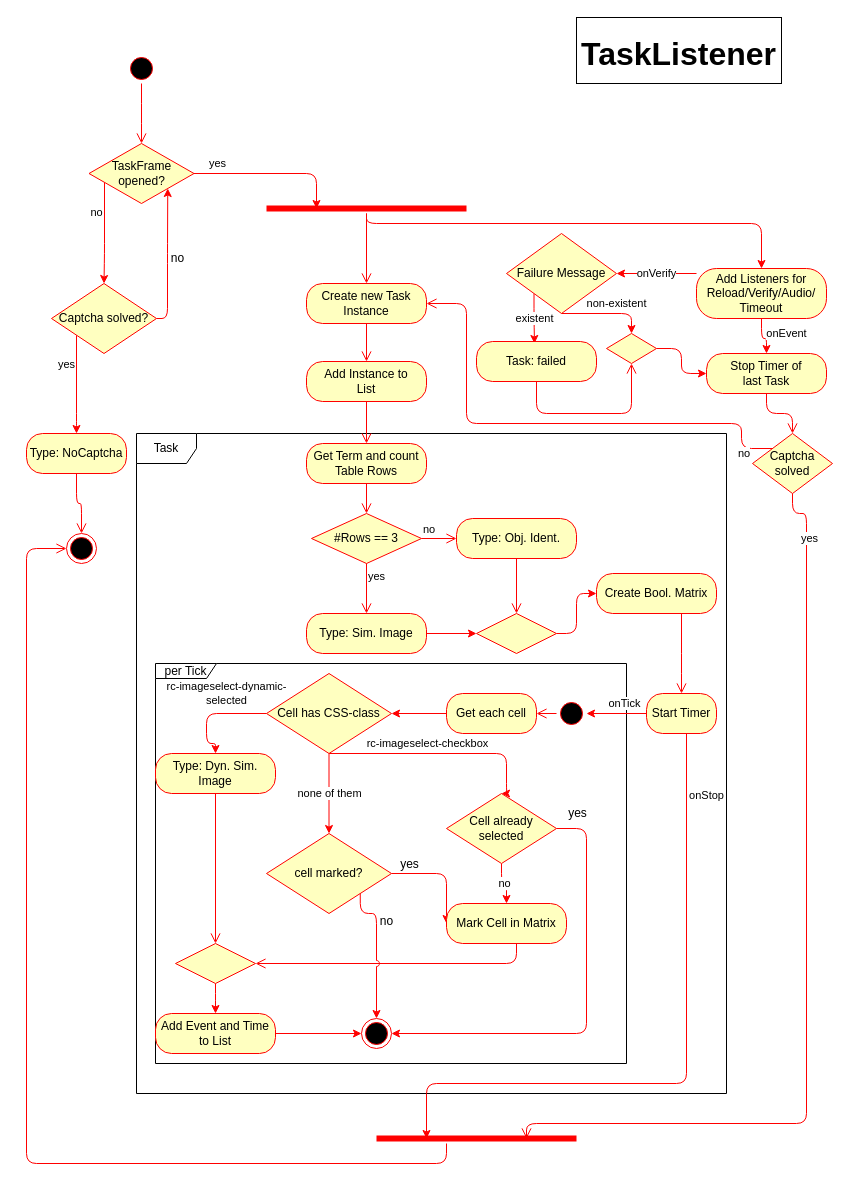
The draw.io diagram ext/Task.drawio in lustigo/refingerprint, before the edit. Source tidied: cells renumbered, new cells numbered last; positions are measured from the earlier drawing's top-left corner, leaving out a move shared by most shapes. Both pictures are drawn from the tidied source at 100%, with x=0, y=0 at pixel (26, 17).
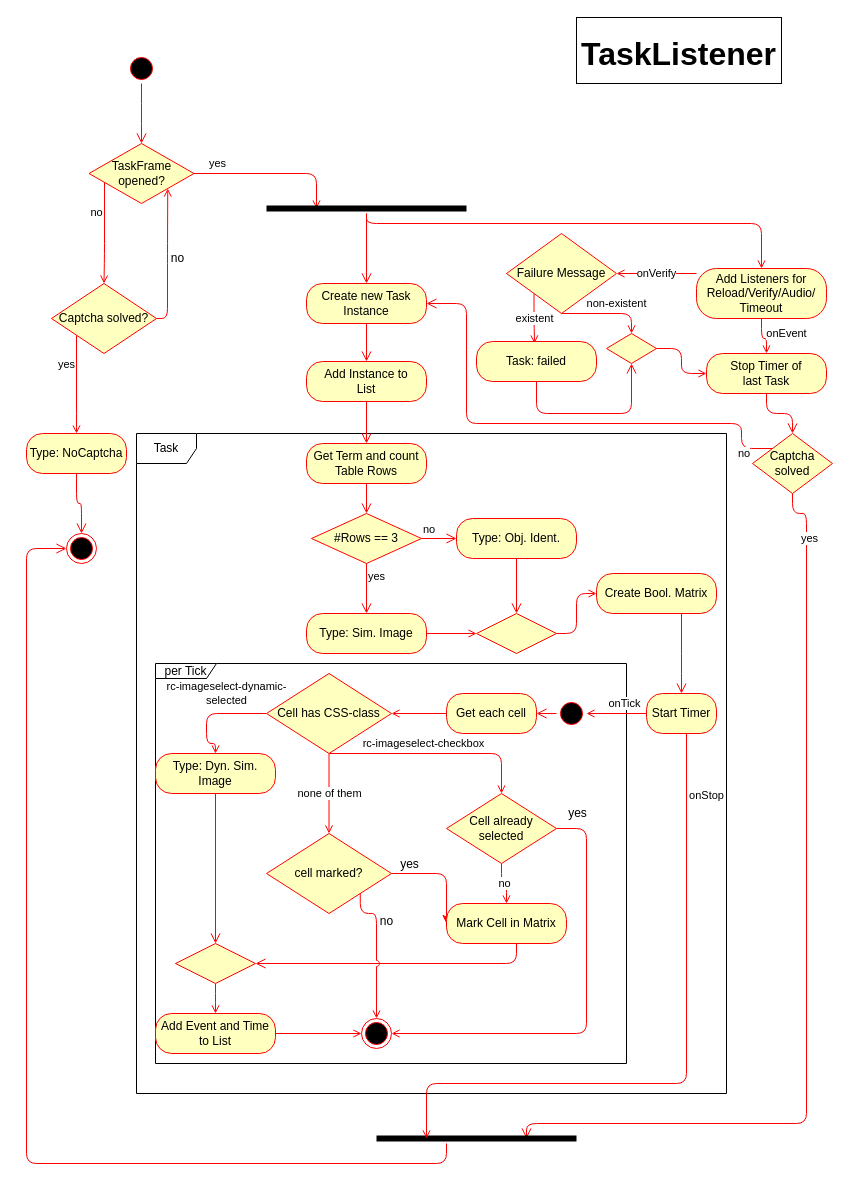
Above is the later version.

Commit message:
fix: ext Task Diagramm

Unchanged cells that the change refers to:
```xml
<mxCell id="8" value="TaskFrame&lt;br&gt;opened?" style="rhombus;whiteSpace=wrap;html=1;fillColor=#ffffc0;strokeColor=#ff0000;" parent="1" vertex="1">
  <mxGeometry x="62.5" y="126" width="105" height="60" as="geometry" />
</mxCell>
<mxCell id="11" value="Captcha solved?" style="rhombus;whiteSpace=wrap;html=1;fillColor=#ffffc0;strokeColor=#ff0000;" parent="1" vertex="1">
  <mxGeometry x="25" y="266" width="105" height="70" as="geometry" />
</mxCell>
<mxCell id="12" value="Type: NoCaptcha" style="rounded=1;whiteSpace=wrap;html=1;arcSize=40;fontColor=#000000;fillColor=#ffffc0;strokeColor=#ff0000;" parent="1" vertex="1">
  <mxGeometry y="416" width="100" height="40" as="geometry" />
</mxCell>
<mxCell id="15" value="Create new Task&lt;br&gt;Instance" style="rounded=1;whiteSpace=wrap;html=1;arcSize=40;fontColor=#000000;fillColor=#ffffc0;strokeColor=#ff0000;" parent="1" vertex="1">
  <mxGeometry x="280" y="266" width="120" height="40" as="geometry" />
</mxCell>
<mxCell id="24" value="Add Listeners for&lt;br&gt;Reload/Verify/Audio/&lt;br&gt;Timeout" style="rounded=1;whiteSpace=wrap;html=1;arcSize=40;fontColor=#000000;fillColor=#ffffc0;strokeColor=#ff0000;" parent="1" vertex="1">
  <mxGeometry x="670" y="251" width="130" height="50" as="geometry" />
</mxCell>
<mxCell id="25" value="Stop Timer of&lt;br&gt;last Task" style="rounded=1;whiteSpace=wrap;html=1;arcSize=40;fontColor=#000000;fillColor=#ffffc0;strokeColor=#ff0000;" parent="1" vertex="1">
  <mxGeometry x="680" y="336" width="120" height="40" as="geometry" />
</mxCell>
<mxCell id="40" value="Type: Sim. Image" style="rounded=1;whiteSpace=wrap;html=1;arcSize=40;fontColor=#000000;fillColor=#ffffc0;strokeColor=#ff0000;" parent="1" vertex="1">
  <mxGeometry x="280" y="596" width="120" height="40" as="geometry" />
</mxCell>
<mxCell id="42" style="rhombus;whiteSpace=wrap;html=1;fillColor=#ffffc0;strokeColor=#ff0000;" parent="1" vertex="1">
  <mxGeometry x="450" y="596" width="80" height="40" as="geometry" />
</mxCell>
<mxCell id="45" value="Start Timer" style="rounded=1;whiteSpace=wrap;html=1;arcSize=40;fontColor=#000000;fillColor=#ffffc0;strokeColor=#ff0000;" parent="1" vertex="1">
  <mxGeometry x="620" y="676" width="70" height="40" as="geometry" />
</mxCell>
<mxCell id="47" value="Get each cell" style="rounded=1;whiteSpace=wrap;html=1;arcSize=40;fontColor=#000000;fillColor=#ffffc0;strokeColor=#ff0000;" parent="1" vertex="1">
  <mxGeometry x="420" y="676" width="90" height="40" as="geometry" />
</mxCell>
<mxCell id="50" value="Failure Message" style="rhombus;whiteSpace=wrap;html=1;fillColor=#ffffc0;strokeColor=#ff0000;" parent="1" vertex="1">
  <mxGeometry x="480" y="216" width="110" height="80" as="geometry" />
</mxCell>
<mxCell id="54" style="rhombus;whiteSpace=wrap;html=1;fillColor=#ffffc0;strokeColor=#ff0000;" parent="1" vertex="1">
  <mxGeometry x="580" y="316" width="50" height="30" as="geometry" />
</mxCell>
<mxCell id="58" value="Cell has CSS-class" style="rhombus;whiteSpace=wrap;html=1;fillColor=#ffffc0;strokeColor=#ff0000;" parent="1" vertex="1">
  <mxGeometry x="240" y="656" width="125" height="80" as="geometry" />
</mxCell>
<mxCell id="61" value="cell marked?" style="rhombus;whiteSpace=wrap;html=1;fillColor=#ffffc0;strokeColor=#ff0000;" parent="1" vertex="1">
  <mxGeometry x="240" y="816" width="125" height="80" as="geometry" />
</mxCell>
<mxCell id="65" value="Cell already selected" style="rhombus;whiteSpace=wrap;html=1;fillColor=#ffffc0;strokeColor=#ff0000;" parent="1" vertex="1">
  <mxGeometry x="420" y="776" width="110" height="70" as="geometry" />
</mxCell>
<mxCell id="66" value="Type: Dyn. Sim. Image" style="rounded=1;whiteSpace=wrap;html=1;arcSize=40;fontColor=#000000;fillColor=#ffffc0;strokeColor=#ff0000;" parent="1" vertex="1">
  <mxGeometry x="129" y="736" width="120" height="40" as="geometry" />
</mxCell>
<mxCell id="68" value="Mark Cell in Matrix" style="rounded=1;whiteSpace=wrap;html=1;arcSize=40;fontColor=#000000;fillColor=#ffffc0;strokeColor=#ff0000;" parent="1" vertex="1">
  <mxGeometry x="420" y="886" width="120" height="40" as="geometry" />
</mxCell>
<mxCell id="71" value="Add Event and Time&lt;br&gt;to List" style="rounded=1;whiteSpace=wrap;html=1;arcSize=40;fontColor=#000000;fillColor=#ffffc0;strokeColor=#ff0000;" parent="1" vertex="1">
  <mxGeometry x="129" y="996" width="120" height="40" as="geometry" />
</mxCell>
<mxCell id="73" style="rhombus;whiteSpace=wrap;html=1;fillColor=#ffffc0;strokeColor=#ff0000;" parent="1" vertex="1">
  <mxGeometry x="149" y="926" width="80" height="40" as="geometry" />
</mxCell>
<mxCell id="74" value="Create Bool. Matrix" style="rounded=1;whiteSpace=wrap;html=1;arcSize=40;fontColor=#000000;fillColor=#ffffc0;strokeColor=#ff0000;" parent="1" vertex="1">
  <mxGeometry x="570" y="556" width="120" height="40" as="geometry" />
</mxCell>
<mxCell id="76" style="ellipse;html=1;shape=startState;fillColor=#000000;strokeColor=#ff0000;" parent="1" vertex="1">
  <mxGeometry x="530" y="681" width="30" height="30" as="geometry" />
</mxCell>
<mxCell id="78" style="ellipse;html=1;shape=endState;fillColor=#000000;strokeColor=#ff0000;" parent="1" vertex="1">
  <mxGeometry x="335" y="1001" width="30" height="30" as="geometry" />
</mxCell>
```

Change to the diagram source:
```diff
@@
-    <mxCell id="6" value="yes" style="edgeStyle=orthogonalEdgeStyle;rounded=1;jettySize=auto;html=1;strokeColor=#FF0000;entryX=0.25;entryY=0.5;entryDx=0;entryDy=0;entryPerimeter=0;" parent="1" edge="1" source="8" target="20">
+    <mxCell id="6" value="yes" style="edgeStyle=orthogonalEdgeStyle;rounded=1;jettySize=auto;html=1;strokeColor=#FF0000;entryX=0.25;entryY=0.5;entryDx=0;entryDy=0;entryPerimeter=0;endArrow=open;endFill=0;" parent="1" edge="1" source="8" target="20">
       <mxGeometry x="-0.71" y="10" relative="1" as="geometry">
         <Array as="points">
           <mxPoint x="290" y="156" />
         </Array>
       </mxGeometry>
     </mxCell>
-    <mxCell id="7" value="no" style="edgeStyle=orthogonalEdgeStyle;rounded=1;jettySize=auto;html=1;strokeColor=#FF0000;entryX=0.5;entryY=0;entryDx=0;entryDy=0;" parent="1" edge="1" source="8" target="11">
+    <mxCell id="7" value="no" style="edgeStyle=orthogonalEdgeStyle;rounded=1;jettySize=auto;html=1;strokeColor=#FF0000;entryX=0.5;entryY=0;entryDx=0;entryDy=0;endArrow=open;endFill=0;" parent="1" edge="1" source="8" target="11">
       <mxGeometry x="0.41" y="-41" relative="1" as="geometry">
         <Array as="points">
           <mxPoint x="78" y="236" />
           <mxPoint x="78" y="236" />
         </Array>
         <mxPoint x="33" y="-40" as="offset" />
       </mxGeometry>
     </mxCell>
@@
-    <mxCell id="9" value="yes" style="edgeStyle=orthogonalEdgeStyle;rounded=1;jettySize=auto;html=1;strokeColor=#FF0000;entryX=0.5;entryY=0;entryDx=0;entryDy=0;" parent="1" edge="1" source="11" target="12">
+    <mxCell id="9" value="yes" style="edgeStyle=orthogonalEdgeStyle;rounded=1;jettySize=auto;html=1;strokeColor=#FF0000;entryX=0.5;entryY=0;entryDx=0;entryDy=0;endArrow=open;endFill=0;" parent="1" edge="1" source="11" target="12">
       <mxGeometry x="-0.42" y="-10" relative="1" as="geometry">
         <Array as="points">
           <mxPoint x="50" y="406" />
           <mxPoint x="50" y="406" />
         </Array>
       </mxGeometry>
     </mxCell>
-    <mxCell id="10" value="&lt;font style=&quot;font-size: 12px&quot;&gt;no&lt;/font&gt;" style="edgeStyle=orthogonalEdgeStyle;rounded=1;jettySize=auto;html=1;strokeColor=#FF0000;entryX=1;entryY=1;entryDx=0;entryDy=0;" parent="1" edge="1" source="11" target="8">
+    <mxCell id="10" value="&lt;font style=&quot;font-size: 12px&quot;&gt;no&lt;/font&gt;" style="edgeStyle=orthogonalEdgeStyle;rounded=1;jettySize=auto;html=1;strokeColor=#FF0000;entryX=1;entryY=1;entryDx=0;entryDy=0;endArrow=open;endFill=0;" parent="1" edge="1" source="11" target="8">
       <mxGeometry y="-10" relative="1" as="geometry">
         <Array as="points">
           <mxPoint x="141" y="236" />
           <mxPoint x="141" y="236" />
         </Array>
       </mxGeometry>
     </mxCell>
@@
-    <mxCell id="19" style="edgeStyle=orthogonalEdgeStyle;rounded=1;jettySize=auto;html=1;strokeColor=#FF0000;entryX=0.5;entryY=0;entryDx=0;entryDy=0;" parent="1" edge="1" source="20" target="24">
+    <mxCell id="19" style="edgeStyle=orthogonalEdgeStyle;rounded=1;jettySize=auto;html=1;strokeColor=#FF0000;entryX=0.5;entryY=0;entryDx=0;entryDy=0;endArrow=open;endFill=0;" parent="1" edge="1" source="20" target="24">
       <mxGeometry relative="1" as="geometry">
         <Array as="points">
           <mxPoint x="340" y="206" />
           <mxPoint x="735" y="206" />
         </Array>
       </mxGeometry>
     </mxCell>
-    <mxCell id="20" style="shape=line;html=1;strokeWidth=6;strokeColor=#ff0000;" parent="1" vertex="1">
+    <mxCell id="20" style="shape=line;html=1;strokeWidth=6;strokeColor=#000000;" parent="1" vertex="1">
       <mxGeometry x="240" y="186" width="200" height="10" as="geometry" />
     </mxCell>
-    <mxCell id="21" style="edgeStyle=orthogonalEdgeStyle;html=1;verticalAlign=bottom;endArrow=open;endSize=8;strokeColor=#ff0000;entryX=0.5;entryY=0;entryDx=0;entryDy=0;" parent="1" edge="1" source="20" target="15">
+    <mxCell id="21" style="edgeStyle=orthogonalEdgeStyle;html=1;verticalAlign=bottom;endArrow=open;endSize=8;strokeColor=#ff0000;entryX=0.5;entryY=0;entryDx=0;entryDy=0;endFill=0;" parent="1" edge="1" source="20" target="15">
       <mxGeometry relative="1" as="geometry">
         <Array as="points">
           <mxPoint x="340" y="266" />
         </Array>
       </mxGeometry>
     </mxCell>
-    <mxCell id="22" value="onVerify" style="edgeStyle=orthogonalEdgeStyle;rounded=1;orthogonalLoop=1;jettySize=auto;html=1;strokeColor=#FF0000;" parent="1" edge="1">
+    <mxCell id="22" value="onVerify" style="edgeStyle=orthogonalEdgeStyle;rounded=1;orthogonalLoop=1;jettySize=auto;html=1;strokeColor=#FF0000;endArrow=open;endFill=0;" parent="1" edge="1">
       <mxGeometry relative="1" as="geometry">
         <mxPoint x="670" y="256" as="sourcePoint" />
         <mxPoint x="590" y="256" as="targetPoint" />
       </mxGeometry>
     </mxCell>
-    <mxCell id="23" value="onEvent" style="edgeStyle=orthogonalEdgeStyle;rounded=1;jettySize=auto;html=1;strokeColor=#FF0000;entryX=0.5;entryY=0;entryDx=0;entryDy=0;" parent="1" edge="1" source="24" target="25">
+    <mxCell id="23" value="onEvent" style="edgeStyle=orthogonalEdgeStyle;rounded=1;jettySize=auto;html=1;strokeColor=#FF0000;entryX=0.5;entryY=0;entryDx=0;entryDy=0;endArrow=open;endFill=0;" parent="1" edge="1" source="24" target="25">
       <mxGeometry x="0.25" y="21" relative="1" as="geometry">
         <mxPoint x="-1" y="-5" as="offset" />
       </mxGeometry>
     </mxCell>
@@
-    <mxCell id="30" style="shape=line;html=1;strokeWidth=6;strokeColor=#ff0000;" parent="1" vertex="1">
+    <mxCell id="30" style="shape=line;html=1;strokeWidth=6;strokeColor=#000000;" parent="1" vertex="1">
       <mxGeometry x="350" y="1116" width="200" height="10" as="geometry" />
     </mxCell>
@@
-    <mxCell id="39" style="edgeStyle=orthogonalEdgeStyle;rounded=1;jettySize=auto;html=1;strokeColor=#FF0000;" parent="1" edge="1" source="40" target="42">
+    <mxCell id="39" style="edgeStyle=orthogonalEdgeStyle;rounded=1;jettySize=auto;html=1;strokeColor=#FF0000;endArrow=open;endFill=0;" parent="1" edge="1" source="40" target="42">
       <mxGeometry relative="1" as="geometry" />
     </mxCell>
@@
-    <mxCell id="41" style="edgeStyle=orthogonalEdgeStyle;rounded=1;jettySize=auto;html=1;strokeColor=#FF0000;entryX=0;entryY=0.5;entryDx=0;entryDy=0;" parent="1" edge="1" source="42" target="74">
+    <mxCell id="41" style="edgeStyle=orthogonalEdgeStyle;rounded=1;jettySize=auto;html=1;strokeColor=#FF0000;entryX=0;entryY=0.5;entryDx=0;entryDy=0;endArrow=open;endFill=0;" parent="1" edge="1" source="42" target="74">
       <mxGeometry relative="1" as="geometry" />
     </mxCell>
@@
-    <mxCell id="43" value="onStop" style="edgeStyle=orthogonalEdgeStyle;rounded=1;jettySize=auto;html=1;strokeColor=#FF0000;entryX=0.25;entryY=0.5;entryDx=0;entryDy=0;entryPerimeter=0;" parent="1" edge="1" source="45" target="30">
+    <mxCell id="43" value="onStop" style="edgeStyle=orthogonalEdgeStyle;rounded=1;jettySize=auto;html=1;strokeColor=#FF0000;entryX=0.25;entryY=0.5;entryDx=0;entryDy=0;entryPerimeter=0;endArrow=open;endFill=0;" parent="1" edge="1" source="45" target="30">
       <mxGeometry x="-0.81" y="20" relative="1" as="geometry">
         <Array as="points">
           <mxPoint x="660" y="1066" />
           <mxPoint x="400" y="1066" />
         </Array>
         <mxPoint y="-1" as="offset" />
       </mxGeometry>
     </mxCell>
-    <mxCell id="44" value="onTick" style="edgeStyle=orthogonalEdgeStyle;rounded=1;jettySize=auto;html=1;strokeColor=#FF0000;entryX=1;entryY=0.5;entryDx=0;entryDy=0;" parent="1" edge="1" source="45" target="76">
+    <mxCell id="44" value="onTick" style="edgeStyle=orthogonalEdgeStyle;rounded=1;jettySize=auto;html=1;strokeColor=#FF0000;entryX=1;entryY=0.5;entryDx=0;entryDy=0;endArrow=open;endFill=0;" parent="1" edge="1" source="45" target="76">
       <mxGeometry x="-0.25" y="-10" relative="1" as="geometry">
         <Array as="points">
           <mxPoint x="560" y="696" />
         </Array>
         <mxPoint x="1" as="offset" />
       </mxGeometry>
     </mxCell>
@@
-    <mxCell id="46" style="edgeStyle=orthogonalEdgeStyle;rounded=1;jettySize=auto;html=1;strokeColor=#FF0000;" parent="1" edge="1" source="47" target="58">
+    <mxCell id="46" style="edgeStyle=orthogonalEdgeStyle;rounded=1;jettySize=auto;html=1;strokeColor=#FF0000;endArrow=open;endFill=0;" parent="1" edge="1" source="47" target="58">
       <mxGeometry relative="1" as="geometry" />
     </mxCell>
@@
-    <mxCell id="48" value="existent" style="edgeStyle=orthogonalEdgeStyle;rounded=1;jettySize=auto;html=1;strokeColor=#FF0000;exitX=0;exitY=1;exitDx=0;exitDy=0;" parent="1" edge="1" source="50">
+    <mxCell id="48" value="existent" style="edgeStyle=orthogonalEdgeStyle;rounded=1;jettySize=auto;html=1;strokeColor=#FF0000;exitX=0;exitY=1;exitDx=0;exitDy=0;endArrow=open;endFill=0;" parent="1" edge="1" source="50">
       <mxGeometry relative="1" as="geometry">
         <mxPoint x="508" y="326" as="targetPoint" />
         <Array as="points">
           <mxPoint x="508" y="301" />
           <mxPoint x="508" y="301" />
         </Array>
       </mxGeometry>
     </mxCell>
-    <mxCell id="49" value="non-existent" style="edgeStyle=orthogonalEdgeStyle;rounded=1;jettySize=auto;html=1;strokeColor=#FF0000;entryX=0.5;entryY=0;entryDx=0;entryDy=0;" parent="1" edge="1" source="50" target="54">
+    <mxCell id="49" value="non-existent" style="edgeStyle=orthogonalEdgeStyle;rounded=1;jettySize=auto;html=1;strokeColor=#FF0000;entryX=0.5;entryY=0;entryDx=0;entryDy=0;endArrow=open;endFill=0;" parent="1" edge="1" source="50" target="54">
       <mxGeometry x="0.22" y="10" relative="1" as="geometry">
         <Array as="points">
           <mxPoint x="605" y="296" />
         </Array>
       </mxGeometry>
     </mxCell>
@@
-    <mxCell id="53" style="edgeStyle=orthogonalEdgeStyle;rounded=1;jettySize=auto;html=1;strokeColor=#FF0000;" parent="1" edge="1" source="54" target="25">
+    <mxCell id="53" style="edgeStyle=orthogonalEdgeStyle;rounded=1;jettySize=auto;html=1;strokeColor=#FF0000;endArrow=open;endFill=0;" parent="1" edge="1" source="54" target="25">
       <mxGeometry relative="1" as="geometry" />
     </mxCell>
@@
-    <mxCell id="55" value="rc-imageselect-checkbox" style="edgeStyle=orthogonalEdgeStyle;rounded=1;jettySize=auto;html=1;strokeColor=#FF0000;entryX=0.5;entryY=0;entryDx=0;entryDy=0;" parent="1" edge="1" source="58" target="65">
+    <mxCell id="55" value="rc-imageselect-checkbox" style="edgeStyle=orthogonalEdgeStyle;rounded=1;jettySize=auto;html=1;strokeColor=#FF0000;entryX=0.5;entryY=0;entryDx=0;entryDy=0;endArrow=open;endFill=0;" parent="1" edge="1" source="58" target="65">
       <mxGeometry x="-0.12" y="10" relative="1" as="geometry">
         <Array as="points">
-          <mxPoint x="480" y="736" />
-          <mxPoint x="480" y="776" />
+          <mxPoint x="475" y="736" />
         </Array>
       </mxGeometry>
     </mxCell>
-    <mxCell id="56" value="rc-imageselect-dynamic-&lt;br&gt;selected" style="edgeStyle=orthogonalEdgeStyle;rounded=1;jettySize=auto;html=1;strokeColor=#FF0000;entryX=0.5;entryY=0;entryDx=0;entryDy=0;" parent="1" edge="1" source="58" target="66">
+    <mxCell id="56" value="rc-imageselect-dynamic-&lt;br&gt;selected" style="edgeStyle=orthogonalEdgeStyle;rounded=1;jettySize=auto;html=1;strokeColor=#FF0000;entryX=0.5;entryY=0;entryDx=0;entryDy=0;endArrow=open;endFill=0;" parent="1" edge="1" source="58" target="66">
       <mxGeometry x="-0.27" y="-20" relative="1" as="geometry">
         <Array as="points">
           <mxPoint x="180" y="696" />
           <mxPoint x="180" y="726" />
           <mxPoint x="189" y="726" />
         </Array>
       </mxGeometry>
     </mxCell>
-    <mxCell id="57" value="none of them" style="edgeStyle=orthogonalEdgeStyle;rounded=1;jettySize=auto;html=1;strokeColor=#FF0000;" parent="1" edge="1" source="58" target="61">
+    <mxCell id="57" value="none of them" style="edgeStyle=orthogonalEdgeStyle;rounded=1;jettySize=auto;html=1;strokeColor=#FF0000;endArrow=open;endFill=0;" parent="1" edge="1" source="58" target="61">
       <mxGeometry relative="1" as="geometry" />
     </mxCell>
@@
-    <mxCell id="62" value="no" style="edgeStyle=orthogonalEdgeStyle;rounded=1;jettySize=auto;html=1;strokeColor=#FF0000;entryX=0.5;entryY=0;entryDx=0;entryDy=0;" parent="1" edge="1" source="65" target="68">
+    <mxCell id="62" value="no" style="edgeStyle=orthogonalEdgeStyle;rounded=1;jettySize=auto;html=1;strokeColor=#FF0000;entryX=0.5;entryY=0;entryDx=0;entryDy=0;endArrow=open;endFill=0;" parent="1" edge="1" source="65" target="68">
       <mxGeometry relative="1" as="geometry" />
     </mxCell>
-    <mxCell id="63" style="edgeStyle=orthogonalEdgeStyle;rounded=1;jumpStyle=arc;jettySize=auto;html=1;strokeColor=#FF0000;fontSize=12;entryX=1;entryY=0.5;entryDx=0;entryDy=0;" parent="1" edge="1" source="65" target="78">
+    <mxCell id="63" style="edgeStyle=orthogonalEdgeStyle;rounded=1;jumpStyle=arc;jettySize=auto;html=1;strokeColor=#FF0000;fontSize=12;entryX=1;entryY=0.5;entryDx=0;entryDy=0;endArrow=open;endFill=0;" parent="1" edge="1" source="65" target="78">
       <mxGeometry relative="1" as="geometry">
         <Array as="points">
           <mxPoint x="560" y="811" />
           <mxPoint x="560" y="1016" />
         </Array>
       </mxGeometry>
     </mxCell>
@@
-    <mxCell id="70" style="edgeStyle=orthogonalEdgeStyle;rounded=1;jettySize=auto;html=1;strokeColor=#FF0000;entryX=0;entryY=0.5;entryDx=0;entryDy=0;" parent="1" edge="1" source="71" target="78">
+    <mxCell id="70" style="edgeStyle=orthogonalEdgeStyle;rounded=1;jettySize=auto;html=1;strokeColor=#FF0000;entryX=0;entryY=0.5;entryDx=0;entryDy=0;endArrow=open;endFill=0;" parent="1" edge="1" source="71" target="78">
       <mxGeometry relative="1" as="geometry" />
     </mxCell>
@@
-    <mxCell id="72" style="edgeStyle=orthogonalEdgeStyle;rounded=1;jettySize=auto;html=1;strokeColor=#FF0000;entryX=0.5;entryY=0;entryDx=0;entryDy=0;" parent="1" edge="1" source="73" target="71">
+    <mxCell id="72" style="edgeStyle=orthogonalEdgeStyle;rounded=1;jettySize=auto;html=1;strokeColor=#FF0000;entryX=0.5;entryY=0;entryDx=0;entryDy=0;endArrow=open;endFill=0;" parent="1" edge="1" source="73" target="71">
       <mxGeometry relative="1" as="geometry" />
     </mxCell>
@@
-    <mxCell id="80" value="&lt;span style=&quot;font-size: 12px ; line-height: 40%&quot;&gt;no&lt;br style=&quot;font-size: 12px&quot;&gt;&lt;/span&gt;" style="edgeStyle=orthogonalEdgeStyle;rounded=1;jumpStyle=arc;jettySize=auto;html=1;strokeColor=#FF0000;fontSize=12;exitX=1;exitY=1;exitDx=0;exitDy=0;entryX=0.5;entryY=0;entryDx=0;entryDy=0;" parent="1" edge="1" source="61" target="78">
+    <mxCell id="80" value="&lt;span style=&quot;font-size: 12px ; line-height: 40%&quot;&gt;no&lt;br style=&quot;font-size: 12px&quot;&gt;&lt;/span&gt;" style="edgeStyle=orthogonalEdgeStyle;rounded=1;jumpStyle=arc;jettySize=auto;html=1;strokeColor=#FF0000;fontSize=12;exitX=1;exitY=1;exitDx=0;exitDy=0;entryX=0.5;entryY=0;entryDx=0;entryDy=0;endArrow=open;endFill=0;" parent="1" edge="1" source="61" target="78">
       <mxGeometry x="-0.38" y="10" relative="1" as="geometry">
         <Array as="points">
           <mxPoint x="334" y="896" />
           <mxPoint x="350" y="896" />
         </Array>
       </mxGeometry>
     </mxCell>
```
